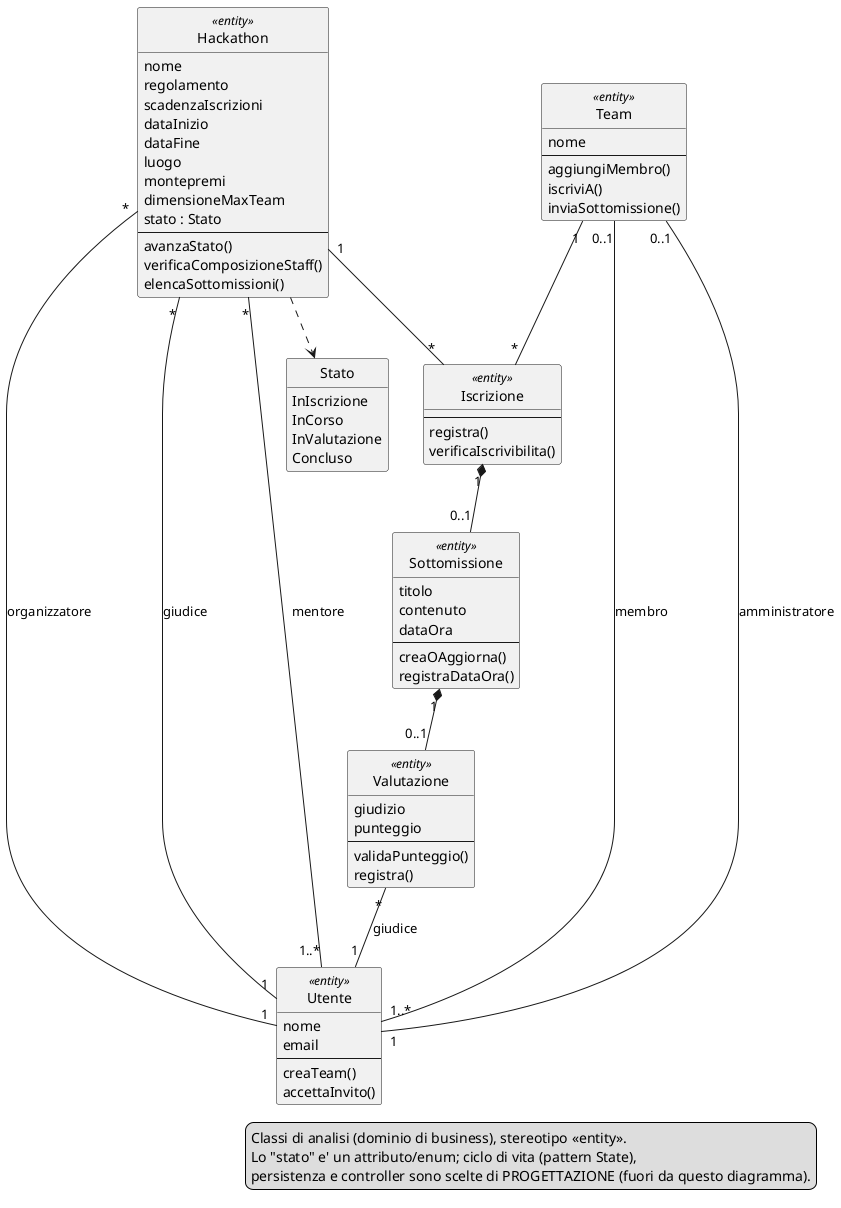
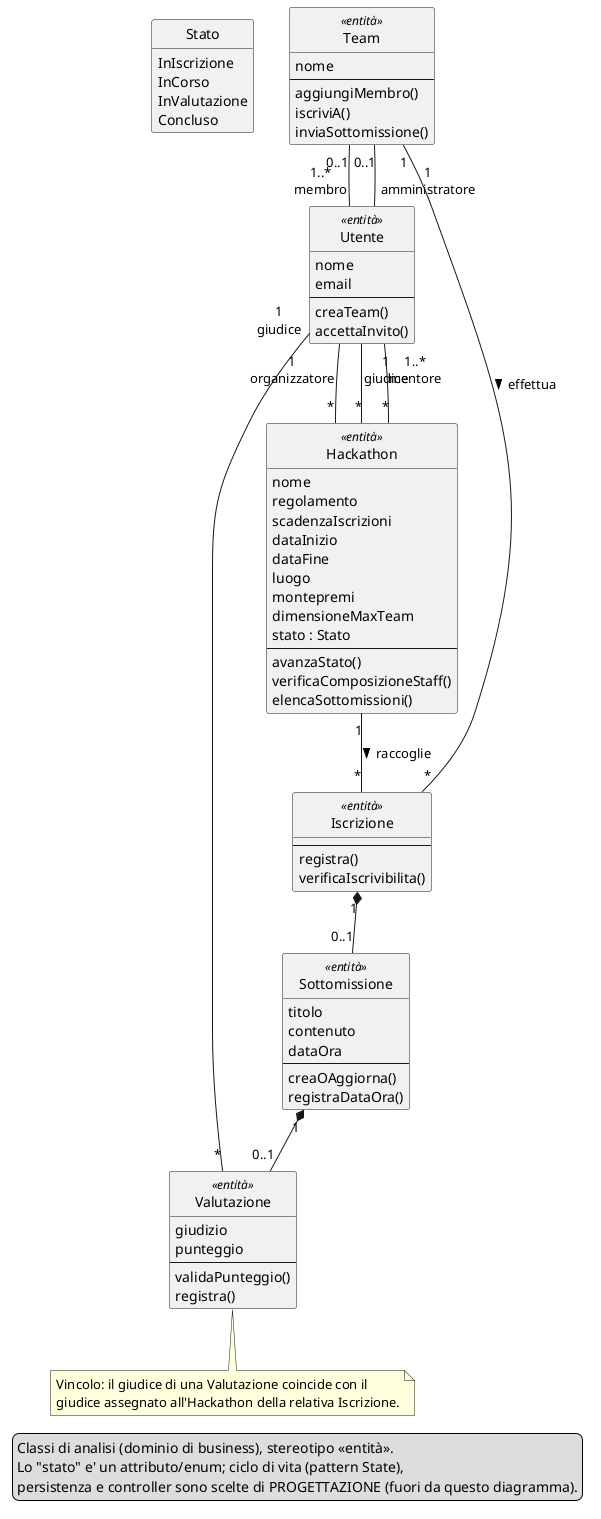
@startuml CLASSI_ANALISI_HackHub
' Diagramma delle CLASSI DI ANALISI - 1a iterazione HackHub.
' Solo concetti del dominio di business (no boundary/control): cfr. docs/UML_03_Class.pdf slide 11.
' Coerente con useCase.puml e CASI_USO_REALIZZATI.md
' (Crea Hackathon, Crea Team, Iscrive Team, Invia Sottomissione, Valuta Sottomissione).
hide empty members
hide circle

enum Stato {
  InIscrizione
  InCorso
  InValutazione
  Concluso
}

- class Utente <<entity>> {
+ class Utente <<entità>> {
  nome
  email
  --
  creaTeam()
  accettaInvito()
}

- class Hackathon <<entity>> {
+ class Hackathon <<entità>> {
  nome
  regolamento
  scadenzaIscrizioni
  dataInizio
  dataFine
  luogo
  montepremi
  dimensioneMaxTeam
  stato : Stato
  --
  avanzaStato()
  verificaComposizioneStaff()
  elencaSottomissioni()
}

- class Team <<entity>> {
+ class Team <<entità>> {
  nome
  --
  aggiungiMembro()
  iscriviA()
  inviaSottomissione()
}

- class Iscrizione <<entity>> {
+ class Iscrizione <<entità>> {
  --
  registra()
  verificaIscrivibilita()
}

- class Sottomissione <<entity>> {
+ class Sottomissione <<entità>> {
  titolo
  contenuto
  dataOra
  --
  creaOAggiorna()
  registraDataOra()
}

- class Valutazione <<entity>> {
+ class Valutazione <<entità>> {
  giudizio
  punteggio
  --
  validaPunteggio()
  registra()
}

- ' ===== Ruoli staff e partecipazione (molteplicita' su ENTRAMBE le estremita') =====
- Utente "1"     -- "*"    Hackathon : organizzatore
- Utente "1"     -- "*"    Hackathon : giudice
- Utente "1..*"  -- "*"    Hackathon : mentore
- Team   "0..1"  -- "1..*" Utente    : membro
- Team   "0..1"  -- "1"    Utente    : amministratore
+ ' ===== Ruoli staff e partecipazione (ruoli sull'estremita' Utente, molteplicita' su ENTRAMBE) =====
+ Utente "1\norganizzatore"    -- "*" Hackathon
+ Utente "1\ngiudice"          -- "*" Hackathon
+ Utente "1..*\nmentore"       -- "*" Hackathon
+ Team "0..1" -- "1..*\nmembro"        Utente
+ Team "0..1" -- "1\namministratore"   Utente

' ===== Iscrizione (reifica Team-Hackathon) e catena del valore =====
- Team       "1" -- "*"    Iscrizione
- Hackathon  "1" -- "*"    Iscrizione
+ Team       "1" -- "*" Iscrizione : effettua >
+ Hackathon  "1" -- "*" Iscrizione : raccoglie >
Iscrizione "1" *-- "0..1" Sottomissione
Sottomissione "1" *-- "0..1" Valutazione
- Valutazione "*" -- "1"   Utente : giudice
+ Valutazione "*" -- "1\ngiudice" Utente

- Hackathon ..> Stato
+ note bottom of Valutazione
+   Vincolo: il giudice di una Valutazione coincide con il
+   giudice assegnato all'Hackathon della relativa Iscrizione.
+ endnote

legend right
-   Classi di analisi (dominio di business), stereotipo «entity».
+   Classi di analisi (dominio di business), stereotipo «entità».
  Lo "stato" e' un attributo/enum; ciclo di vita (pattern State),
  persistenza e controller sono scelte di PROGETTAZIONE (fuori da questo diagramma).
endlegend

@enduml
